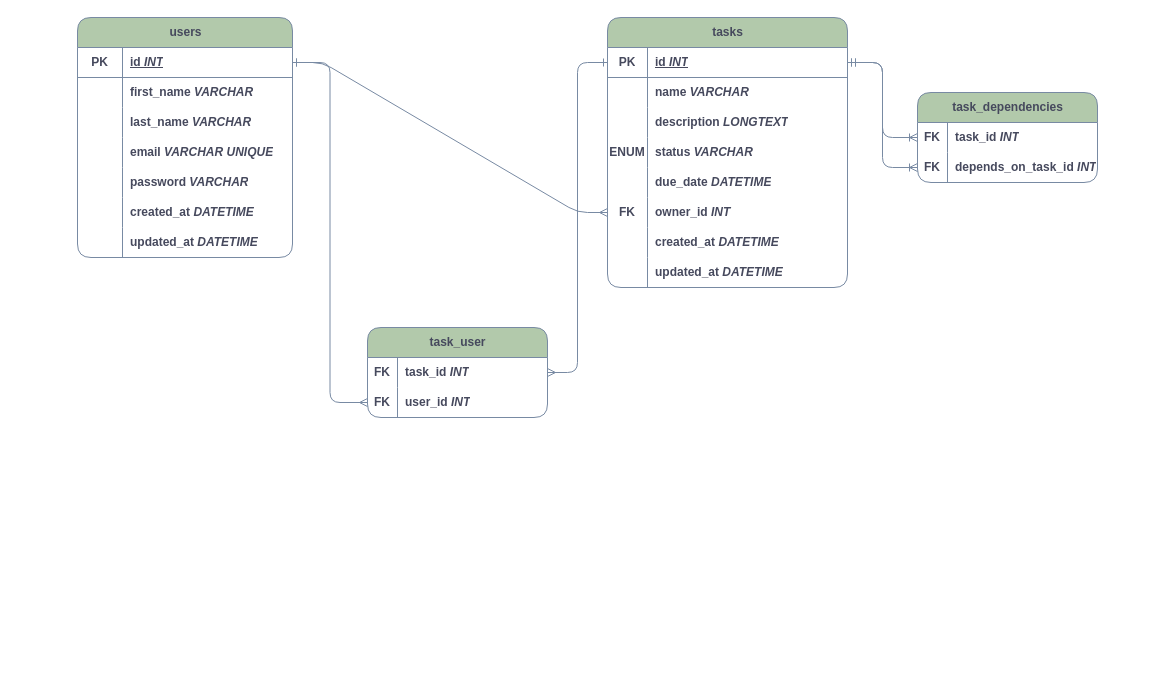
Above: ERD.drawio in YoussefIbraheem/softxpert-app (draw.io), before the change. Source tidied: cells renumbered, new cells numbered last; positions are measured from the earlier drawing's top-left corner, leaving out a move shared by most shapes. Both pictures are drawn from the tidied source at 100%, with x=0, y=0 at pixel (77, 17).
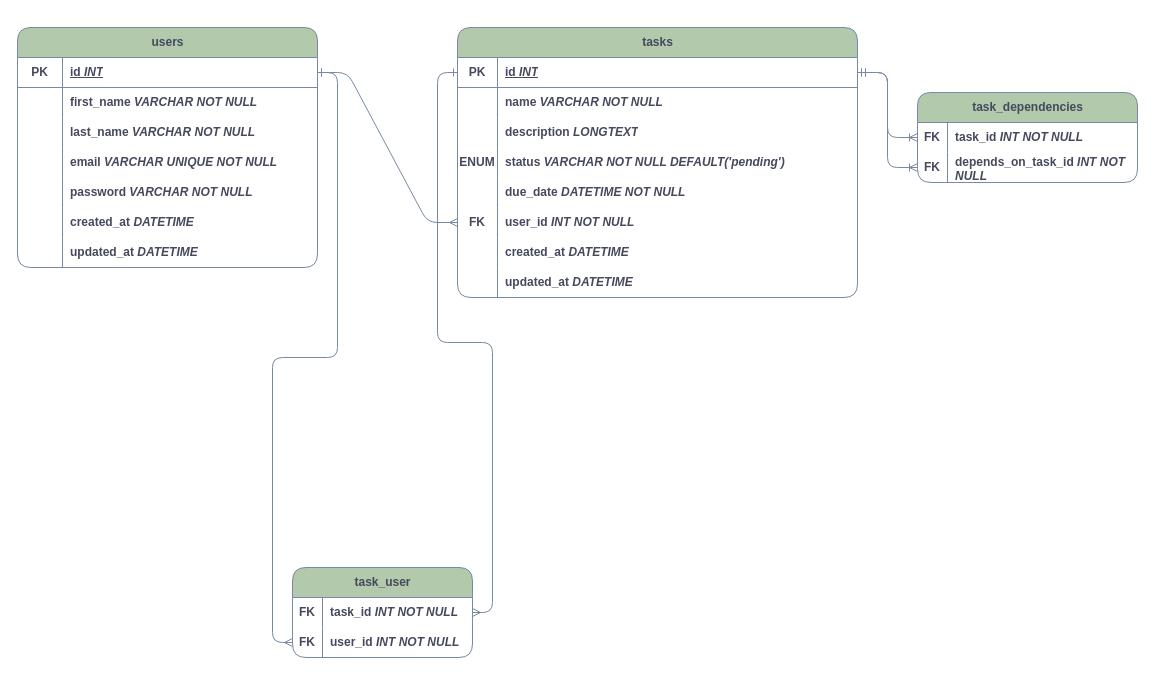
The same page after the edit.

The change refers to these unchanged cells:
```xml
<mxCell id="64" style="shape=tableRow;horizontal=0;startSize=0;swimlaneHead=0;swimlaneBody=0;fillColor=none;points=[[0,0.5],[1,0.5]];portConstraint=eastwest;top=0;left=0;right=0;bottom=0;labelBackgroundColor=none;strokeColor=#788AA3;fontColor=#46495D;rounded=1;" parent="63" vertex="1">
  <mxGeometry y="30" width="180" height="30" as="geometry" />
</mxCell>
<mxCell id="67" style="shape=tableRow;horizontal=0;startSize=0;swimlaneHead=0;swimlaneBody=0;fillColor=none;points=[[0,0.5],[1,0.5]];portConstraint=eastwest;top=0;left=0;right=0;bottom=0;labelBackgroundColor=none;strokeColor=#788AA3;fontColor=#46495D;rounded=1;" parent="63" vertex="1">
  <mxGeometry y="60" width="180" height="30" as="geometry" />
</mxCell>
```

Diff of the diagram source:
```diff
@@
     <mxCell id="2" value="users" style="shape=table;startSize=30;childLayout=tableLayout;rowLines=0;fontStyle=1;align=center;html=1;fillColor=#B2C9AB;fontColor=#46495D;strokeColor=#788AA3;labelBackgroundColor=none;rounded=1;" parent="1" vertex="1">
-      <mxGeometry width="215" height="240" as="geometry" />
+      <mxGeometry x="-60" y="10" width="300" height="240" as="geometry" />
     </mxCell>
     <mxCell id="3" style="shape=tableRow;horizontal=0;startSize=0;swimlaneHead=0;swimlaneBody=0;points=[[0,0.5],[1,0.5]];portConstraint=eastwest;top=0;left=0;right=0;bottom=1;fillColor=none;labelBackgroundColor=none;strokeColor=#788AA3;fontColor=#46495D;rounded=1;" parent="2" vertex="1">
-      <mxGeometry y="30" width="215" height="30" as="geometry" />
+      <mxGeometry y="30" width="300" height="30" as="geometry" />
     </mxCell>
@@
     <mxCell id="5" value="id &lt;i&gt;INT&lt;/i&gt;" style="shape=partialRectangle;top=0;left=0;bottom=0;right=0;align=left;spacingLeft=6;fontStyle=5;overflow=hidden;whiteSpace=wrap;html=1;fillColor=none;labelBackgroundColor=none;strokeColor=#788AA3;fontColor=#46495D;rounded=1;" parent="3" vertex="1">
-      <mxGeometry x="45" width="170" height="30" as="geometry" />
+      <mxGeometry x="45" width="255" height="30" as="geometry" />
     </mxCell>
     <mxCell id="6" style="shape=tableRow;horizontal=0;startSize=0;swimlaneHead=0;swimlaneBody=0;top=0;left=0;right=0;bottom=0;fillColor=none;labelBackgroundColor=none;strokeColor=#788AA3;fontColor=#46495D;rounded=1;" parent="2" vertex="1">
-      <mxGeometry y="60" width="215" height="30" as="geometry" />
+      <mxGeometry y="60" width="300" height="30" as="geometry" />
     </mxCell>
@@
-    <mxCell id="8" value="&lt;b&gt;first_name &lt;i&gt;VARCHAR&lt;/i&gt;&lt;/b&gt;" style="shape=partialRectangle;top=0;left=0;bottom=0;right=0;align=left;spacingLeft=6;overflow=hidden;whiteSpace=wrap;html=1;fillColor=none;labelBackgroundColor=none;strokeColor=#788AA3;fontColor=#46495D;rounded=1;" parent="6" vertex="1">
-      <mxGeometry x="45" width="170" height="30" as="geometry" />
+    <mxCell id="8" value="&lt;b&gt;first_name &lt;i&gt;VARCHAR&amp;nbsp;&lt;/i&gt;&lt;/b&gt;&lt;b&gt;&lt;i&gt;NOT NULL&lt;/i&gt;&lt;/b&gt;" style="shape=partialRectangle;top=0;left=0;bottom=0;right=0;align=left;spacingLeft=6;overflow=hidden;whiteSpace=wrap;html=1;fillColor=none;labelBackgroundColor=none;strokeColor=#788AA3;fontColor=#46495D;rounded=1;" parent="6" vertex="1">
+      <mxGeometry x="45" width="255" height="30" as="geometry" />
     </mxCell>
     <mxCell id="9" style="shape=tableRow;horizontal=0;startSize=0;swimlaneHead=0;swimlaneBody=0;top=0;left=0;right=0;bottom=0;fillColor=none;labelBackgroundColor=none;strokeColor=#788AA3;fontColor=#46495D;rounded=1;" parent="2" vertex="1">
-      <mxGeometry y="90" width="215" height="30" as="geometry" />
+      <mxGeometry y="90" width="300" height="30" as="geometry" />
     </mxCell>
@@
-    <mxCell id="11" value="&lt;b&gt;last_name &lt;i&gt;VARCHAR&lt;/i&gt;&lt;/b&gt;" style="shape=partialRectangle;top=0;left=0;bottom=0;right=0;align=left;spacingLeft=6;overflow=hidden;whiteSpace=wrap;html=1;fillColor=none;labelBackgroundColor=none;strokeColor=#788AA3;fontColor=#46495D;rounded=1;" parent="9" vertex="1">
-      <mxGeometry x="45" width="170" height="30" as="geometry" />
+    <mxCell id="11" value="&lt;b&gt;last_name &lt;i&gt;VARCHAR&amp;nbsp;&lt;/i&gt;&lt;/b&gt;&lt;b&gt;&lt;i&gt;NOT NULL&lt;/i&gt;&lt;/b&gt;" style="shape=partialRectangle;top=0;left=0;bottom=0;right=0;align=left;spacingLeft=6;overflow=hidden;whiteSpace=wrap;html=1;fillColor=none;labelBackgroundColor=none;strokeColor=#788AA3;fontColor=#46495D;rounded=1;" parent="9" vertex="1">
+      <mxGeometry x="45" width="255" height="30" as="geometry" />
     </mxCell>
     <mxCell id="12" style="shape=tableRow;horizontal=0;startSize=0;swimlaneHead=0;swimlaneBody=0;top=0;left=0;right=0;bottom=0;fillColor=none;labelBackgroundColor=none;strokeColor=#788AA3;fontColor=#46495D;rounded=1;" parent="2" vertex="1">
-      <mxGeometry y="120" width="215" height="30" as="geometry" />
+      <mxGeometry y="120" width="300" height="30" as="geometry" />
     </mxCell>
@@
-    <mxCell id="14" value="&lt;b&gt;email &lt;i&gt;VARCHAR UNIQUE&lt;/i&gt;&lt;/b&gt;" style="shape=partialRectangle;top=0;left=0;bottom=0;right=0;align=left;spacingLeft=6;overflow=hidden;whiteSpace=wrap;html=1;fillColor=none;labelBackgroundColor=none;strokeColor=#788AA3;fontColor=#46495D;rounded=1;" parent="12" vertex="1">
-      <mxGeometry x="45" width="170" height="30" as="geometry" />
+    <mxCell id="14" value="&lt;b&gt;email &lt;i&gt;VARCHAR UNIQUE&amp;nbsp;&lt;/i&gt;&lt;/b&gt;&lt;b&gt;&lt;i&gt;NOT NULL&lt;/i&gt;&lt;/b&gt;" style="shape=partialRectangle;top=0;left=0;bottom=0;right=0;align=left;spacingLeft=6;overflow=hidden;whiteSpace=wrap;html=1;fillColor=none;labelBackgroundColor=none;strokeColor=#788AA3;fontColor=#46495D;rounded=1;" parent="12" vertex="1">
+      <mxGeometry x="45" width="255" height="30" as="geometry" />
     </mxCell>
     <mxCell id="15" style="shape=tableRow;horizontal=0;startSize=0;swimlaneHead=0;swimlaneBody=0;top=0;left=0;right=0;bottom=0;fillColor=none;labelBackgroundColor=none;strokeColor=#788AA3;fontColor=#46495D;rounded=1;" parent="2" vertex="1">
-      <mxGeometry y="150" width="215" height="30" as="geometry" />
+      <mxGeometry y="150" width="300" height="30" as="geometry" />
     </mxCell>
@@
-    <mxCell id="17" value="&lt;b&gt;password &lt;i&gt;VARCHAR&lt;/i&gt;&lt;/b&gt;" style="shape=partialRectangle;top=0;left=0;bottom=0;right=0;align=left;spacingLeft=6;overflow=hidden;whiteSpace=wrap;html=1;fillColor=none;labelBackgroundColor=none;strokeColor=#788AA3;fontColor=#46495D;rounded=1;" parent="15" vertex="1">
-      <mxGeometry x="45" width="170" height="30" as="geometry" />
+    <mxCell id="17" value="&lt;b&gt;password &lt;i&gt;VARCHAR&amp;nbsp;&lt;/i&gt;&lt;/b&gt;&lt;b&gt;&lt;i&gt;NOT NULL&lt;/i&gt;&lt;/b&gt;" style="shape=partialRectangle;top=0;left=0;bottom=0;right=0;align=left;spacingLeft=6;overflow=hidden;whiteSpace=wrap;html=1;fillColor=none;labelBackgroundColor=none;strokeColor=#788AA3;fontColor=#46495D;rounded=1;" parent="15" vertex="1">
+      <mxGeometry x="45" width="255" height="30" as="geometry" />
     </mxCell>
     <mxCell id="18" style="shape=tableRow;horizontal=0;startSize=0;swimlaneHead=0;swimlaneBody=0;top=0;left=0;right=0;bottom=0;fillColor=none;labelBackgroundColor=none;strokeColor=#788AA3;fontColor=#46495D;rounded=1;" parent="2" vertex="1">
-      <mxGeometry y="180" width="215" height="30" as="geometry" />
+      <mxGeometry y="180" width="300" height="30" as="geometry" />
     </mxCell>
@@
     <mxCell id="20" value="&lt;b&gt;created_at &lt;i&gt;DATETIME&lt;/i&gt;&lt;/b&gt;" style="shape=partialRectangle;top=0;left=0;bottom=0;right=0;align=left;spacingLeft=6;overflow=hidden;whiteSpace=wrap;html=1;fillColor=none;labelBackgroundColor=none;strokeColor=#788AA3;fontColor=#46495D;rounded=1;" parent="18" vertex="1">
-      <mxGeometry x="45" width="170" height="30" as="geometry" />
+      <mxGeometry x="45" width="255" height="30" as="geometry" />
     </mxCell>
     <mxCell id="21" style="shape=tableRow;horizontal=0;startSize=0;swimlaneHead=0;swimlaneBody=0;top=0;left=0;right=0;bottom=0;fillColor=none;labelBackgroundColor=none;strokeColor=#788AA3;fontColor=#46495D;rounded=1;" parent="2" vertex="1">
-      <mxGeometry y="210" width="215" height="30" as="geometry" />
+      <mxGeometry y="210" width="300" height="30" as="geometry" />
     </mxCell>
@@
     <mxCell id="23" value="&lt;b&gt;updated_at &lt;i&gt;DATETIME&lt;/i&gt;&lt;/b&gt;" style="shape=partialRectangle;top=0;left=0;bottom=0;right=0;align=left;spacingLeft=6;overflow=hidden;whiteSpace=wrap;html=1;fillColor=none;labelBackgroundColor=none;strokeColor=#788AA3;fontColor=#46495D;rounded=1;" parent="21" vertex="1">
-      <mxGeometry x="45" width="170" height="30" as="geometry" />
+      <mxGeometry x="45" width="255" height="30" as="geometry" />
     </mxCell>
     <mxCell id="24" value="tasks" style="shape=table;startSize=30;childLayout=tableLayout;rowLines=0;fontStyle=1;align=center;html=1;fillColor=#B2C9AB;fontColor=#46495D;strokeColor=#788AA3;swimlaneLine=1;rounded=1;labelBackgroundColor=none;" parent="1" vertex="1">
-      <mxGeometry x="530" width="240" height="270" as="geometry" />
+      <mxGeometry x="380" y="10" width="400" height="270" as="geometry" />
     </mxCell>
     <mxCell id="25" style="shape=tableRow;horizontal=0;startSize=0;swimlaneHead=0;swimlaneBody=0;fillColor=none;points=[[0,0.5],[1,0.5]];portConstraint=eastwest;top=0;left=0;right=0;bottom=1;labelBackgroundColor=none;strokeColor=#788AA3;fontColor=#46495D;rounded=1;" parent="24" vertex="1">
-      <mxGeometry y="30" width="240" height="30" as="geometry" />
+      <mxGeometry y="30" width="400" height="30" as="geometry" />
     </mxCell>
@@
     <mxCell id="27" value="id &lt;i&gt;INT&lt;/i&gt;" style="shape=partialRectangle;fillColor=none;top=0;left=0;bottom=0;right=0;align=left;spacingLeft=6;fontStyle=5;overflow=hidden;whiteSpace=wrap;html=1;labelBackgroundColor=none;strokeColor=#788AA3;fontColor=#46495D;rounded=1;" parent="25" vertex="1">
-      <mxGeometry x="40" width="200" height="30" as="geometry" />
+      <mxGeometry x="40" width="360" height="30" as="geometry" />
     </mxCell>
     <mxCell id="28" style="shape=tableRow;horizontal=0;startSize=0;swimlaneHead=0;swimlaneBody=0;fillColor=none;top=0;left=0;right=0;bottom=0;labelBackgroundColor=none;strokeColor=#788AA3;fontColor=#46495D;rounded=1;" parent="24" vertex="1">
-      <mxGeometry y="60" width="240" height="30" as="geometry" />
+      <mxGeometry y="60" width="400" height="30" as="geometry" />
     </mxCell>
@@
-    <mxCell id="30" value="&lt;b&gt;name &lt;i&gt;VARCHAR&lt;/i&gt;&lt;/b&gt;" style="shape=partialRectangle;fillColor=none;top=0;left=0;bottom=0;right=0;align=left;spacingLeft=6;overflow=hidden;whiteSpace=wrap;html=1;labelBackgroundColor=none;strokeColor=#788AA3;fontColor=#46495D;rounded=1;" parent="28" vertex="1">
-      <mxGeometry x="40" width="200" height="30" as="geometry" />
+    <mxCell id="30" value="&lt;b&gt;name &lt;i&gt;VARCHAR NOT NULL&lt;/i&gt;&lt;/b&gt;" style="shape=partialRectangle;fillColor=none;top=0;left=0;bottom=0;right=0;align=left;spacingLeft=6;overflow=hidden;whiteSpace=wrap;html=1;labelBackgroundColor=none;strokeColor=#788AA3;fontColor=#46495D;rounded=1;" parent="28" vertex="1">
+      <mxGeometry x="40" width="360" height="30" as="geometry" />
     </mxCell>
     <mxCell id="31" style="shape=tableRow;horizontal=0;startSize=0;swimlaneHead=0;swimlaneBody=0;fillColor=none;top=0;left=0;right=0;bottom=0;labelBackgroundColor=none;strokeColor=#788AA3;fontColor=#46495D;rounded=1;" parent="24" vertex="1">
-      <mxGeometry y="90" width="240" height="30" as="geometry" />
+      <mxGeometry y="90" width="400" height="30" as="geometry" />
     </mxCell>
@@
     <mxCell id="33" value="&lt;span&gt;description &lt;i&gt;LONGTEXT&lt;/i&gt;&lt;/span&gt;" style="shape=partialRectangle;fillColor=none;top=0;left=0;bottom=0;right=0;align=left;spacingLeft=6;overflow=hidden;whiteSpace=wrap;html=1;fontStyle=1;labelBackgroundColor=none;strokeColor=#788AA3;fontColor=#46495D;rounded=1;" parent="31" vertex="1">
-      <mxGeometry x="40" width="200" height="30" as="geometry" />
+      <mxGeometry x="40" width="360" height="30" as="geometry" />
     </mxCell>
     <mxCell id="34" style="shape=tableRow;horizontal=0;startSize=0;swimlaneHead=0;swimlaneBody=0;fillColor=none;top=0;left=0;right=0;bottom=0;labelBackgroundColor=none;strokeColor=#788AA3;fontColor=#46495D;rounded=1;" parent="24" vertex="1">
-      <mxGeometry y="120" width="240" height="30" as="geometry" />
+      <mxGeometry y="120" width="400" height="30" as="geometry" />
     </mxCell>
@@
-    <mxCell id="36" value="status &lt;i&gt;VARCHAR&lt;/i&gt;" style="shape=partialRectangle;fillColor=none;top=0;left=0;bottom=0;right=0;align=left;spacingLeft=6;overflow=hidden;whiteSpace=wrap;html=1;fontStyle=1;labelBackgroundColor=none;strokeColor=#788AA3;fontColor=#46495D;rounded=1;" parent="34" vertex="1">
-      <mxGeometry x="40" width="200" height="30" as="geometry" />
+    <mxCell id="36" value="status &lt;i&gt;VARCHAR&amp;nbsp;&lt;/i&gt;&lt;b&gt;&lt;i&gt;NOT NULL DEFAULT('pending')&lt;/i&gt;&lt;/b&gt;" style="shape=partialRectangle;fillColor=none;top=0;left=0;bottom=0;right=0;align=left;spacingLeft=6;overflow=hidden;whiteSpace=wrap;html=1;fontStyle=1;labelBackgroundColor=none;strokeColor=#788AA3;fontColor=#46495D;rounded=1;" parent="34" vertex="1">
+      <mxGeometry x="40" width="360" height="30" as="geometry" />
     </mxCell>
     <mxCell id="37" style="shape=tableRow;horizontal=0;startSize=0;swimlaneHead=0;swimlaneBody=0;fillColor=none;top=0;left=0;right=0;bottom=0;labelBackgroundColor=none;strokeColor=#788AA3;fontColor=#46495D;rounded=1;" parent="24" vertex="1">
-      <mxGeometry y="150" width="240" height="30" as="geometry" />
+      <mxGeometry y="150" width="400" height="30" as="geometry" />
     </mxCell>
@@
-    <mxCell id="39" value="due_date &lt;i&gt;DATETIME&lt;/i&gt;" style="shape=partialRectangle;fillColor=none;top=0;left=0;bottom=0;right=0;align=left;spacingLeft=6;overflow=hidden;whiteSpace=wrap;html=1;fontStyle=1;labelBackgroundColor=none;strokeColor=#788AA3;fontColor=#46495D;rounded=1;" parent="37" vertex="1">
-      <mxGeometry x="40" width="200" height="30" as="geometry" />
+    <mxCell id="39" value="due_date &lt;i&gt;DATETIME&amp;nbsp;&lt;/i&gt;&lt;b&gt;&lt;i&gt;NOT NULL&lt;/i&gt;&lt;/b&gt;" style="shape=partialRectangle;fillColor=none;top=0;left=0;bottom=0;right=0;align=left;spacingLeft=6;overflow=hidden;whiteSpace=wrap;html=1;fontStyle=1;labelBackgroundColor=none;strokeColor=#788AA3;fontColor=#46495D;rounded=1;" parent="37" vertex="1">
+      <mxGeometry x="40" width="360" height="30" as="geometry" />
     </mxCell>
     <mxCell id="40" style="shape=tableRow;horizontal=0;startSize=0;swimlaneHead=0;swimlaneBody=0;fillColor=none;points=[[0,0.5],[1,0.5]];portConstraint=eastwest;top=0;left=0;right=0;bottom=0;labelBackgroundColor=none;strokeColor=#788AA3;fontColor=#46495D;rounded=1;" parent="24" vertex="1">
-      <mxGeometry y="180" width="240" height="30" as="geometry" />
+      <mxGeometry y="180" width="400" height="30" as="geometry" />
     </mxCell>
@@
-    <mxCell id="42" value="owner_id &lt;i style=&quot;&quot;&gt;INT&lt;/i&gt;&amp;nbsp;" style="shape=partialRectangle;fillColor=none;top=0;left=0;bottom=0;right=0;align=left;spacingLeft=6;overflow=hidden;whiteSpace=wrap;html=1;fontStyle=1;labelBackgroundColor=none;strokeColor=#788AA3;fontColor=#46495D;rounded=1;" parent="40" vertex="1">
-      <mxGeometry x="40" width="200" height="30" as="geometry" />
+    <mxCell id="42" value="user_id &lt;i style=&quot;&quot;&gt;INT&lt;/i&gt;&amp;nbsp;&lt;b&gt;&lt;i&gt;NOT NULL&lt;/i&gt;&lt;/b&gt;" style="shape=partialRectangle;fillColor=none;top=0;left=0;bottom=0;right=0;align=left;spacingLeft=6;overflow=hidden;whiteSpace=wrap;html=1;fontStyle=1;labelBackgroundColor=none;strokeColor=#788AA3;fontColor=#46495D;rounded=1;" parent="40" vertex="1">
+      <mxGeometry x="40" width="360" height="30" as="geometry" />
     </mxCell>
     <mxCell id="43" style="shape=tableRow;horizontal=0;startSize=0;swimlaneHead=0;swimlaneBody=0;fillColor=none;top=0;left=0;right=0;bottom=0;labelBackgroundColor=none;strokeColor=#788AA3;fontColor=#46495D;rounded=1;" parent="24" vertex="1">
-      <mxGeometry y="210" width="240" height="30" as="geometry" />
+      <mxGeometry y="210" width="400" height="30" as="geometry" />
     </mxCell>
@@
     <mxCell id="45" value="&lt;b&gt;created_at&amp;nbsp;&lt;i&gt;DATETIME&lt;/i&gt;&lt;/b&gt;" style="shape=partialRectangle;fillColor=none;top=0;left=0;bottom=0;right=0;align=left;spacingLeft=6;overflow=hidden;whiteSpace=wrap;html=1;fontStyle=1;labelBackgroundColor=none;strokeColor=#788AA3;fontColor=#46495D;rounded=1;" parent="43" vertex="1">
-      <mxGeometry x="40" width="200" height="30" as="geometry" />
+      <mxGeometry x="40" width="360" height="30" as="geometry" />
     </mxCell>
     <mxCell id="46" style="shape=tableRow;horizontal=0;startSize=0;swimlaneHead=0;swimlaneBody=0;fillColor=none;top=0;left=0;right=0;bottom=0;labelBackgroundColor=none;strokeColor=#788AA3;fontColor=#46495D;rounded=1;" parent="24" vertex="1">
-      <mxGeometry y="240" width="240" height="30" as="geometry" />
+      <mxGeometry y="240" width="400" height="30" as="geometry" />
     </mxCell>
@@
     <mxCell id="48" value="&lt;b&gt;updated_at&amp;nbsp;&lt;i&gt;DATETIME&lt;/i&gt;&lt;/b&gt;" style="shape=partialRectangle;fillColor=none;top=0;left=0;bottom=0;right=0;align=left;spacingLeft=6;overflow=hidden;whiteSpace=wrap;html=1;fontStyle=1;labelBackgroundColor=none;strokeColor=#788AA3;fontColor=#46495D;rounded=1;" parent="46" vertex="1">
-      <mxGeometry x="40" width="200" height="30" as="geometry" />
+      <mxGeometry x="40" width="360" height="30" as="geometry" />
     </mxCell>
@@
     <mxCell id="54" value="task_dependencies" style="shape=table;startSize=30;childLayout=tableLayout;rowLines=0;fontStyle=1;align=center;html=1;labelBackgroundColor=none;fillColor=#B2C9AB;strokeColor=#788AA3;fontColor=#46495D;rounded=1;" parent="1" vertex="1">
-      <mxGeometry x="840" y="75" width="180" height="90" as="geometry" />
+      <mxGeometry x="840" y="75" width="220" height="90" as="geometry" />
     </mxCell>
     <mxCell id="55" style="shape=tableRow;horizontal=0;startSize=0;swimlaneHead=0;swimlaneBody=0;fillColor=none;points=[[0,0.5],[1,0.5]];portConstraint=eastwest;top=0;left=0;right=0;bottom=0;labelBackgroundColor=none;strokeColor=#788AA3;fontColor=#46495D;rounded=1;" parent="54" vertex="1">
-      <mxGeometry y="30" width="180" height="30" as="geometry" />
+      <mxGeometry y="30" width="220" height="30" as="geometry" />
     </mxCell>
@@
-    <mxCell id="57" value="&lt;b&gt;task_id &lt;i&gt;INT&lt;/i&gt;&lt;/b&gt;" style="shape=partialRectangle;fillColor=none;top=0;left=0;bottom=0;right=0;align=left;spacingLeft=6;overflow=hidden;whiteSpace=wrap;html=1;labelBackgroundColor=none;strokeColor=#788AA3;fontColor=#46495D;rounded=1;" parent="55" vertex="1">
-      <mxGeometry x="30" width="150" height="30" as="geometry" />
+    <mxCell id="57" value="&lt;b&gt;task_id &lt;i&gt;INT&amp;nbsp;&lt;/i&gt;&lt;/b&gt;&lt;b&gt;&lt;i&gt;NOT NULL&lt;/i&gt;&lt;/b&gt;" style="shape=partialRectangle;fillColor=none;top=0;left=0;bottom=0;right=0;align=left;spacingLeft=6;overflow=hidden;whiteSpace=wrap;html=1;labelBackgroundColor=none;strokeColor=#788AA3;fontColor=#46495D;rounded=1;" parent="55" vertex="1">
+      <mxGeometry x="30" width="190" height="30" as="geometry" />
     </mxCell>
     <mxCell id="58" style="shape=tableRow;horizontal=0;startSize=0;swimlaneHead=0;swimlaneBody=0;fillColor=none;points=[[0,0.5],[1,0.5]];portConstraint=eastwest;top=0;left=0;right=0;bottom=0;labelBackgroundColor=none;strokeColor=#788AA3;fontColor=#46495D;rounded=1;" parent="54" vertex="1">
-      <mxGeometry y="60" width="180" height="30" as="geometry" />
+      <mxGeometry y="60" width="220" height="30" as="geometry" />
     </mxCell>
@@
-    <mxCell id="60" value="&lt;b&gt;depends_on_task_id &lt;i&gt;INT&lt;/i&gt;&lt;/b&gt;" style="shape=partialRectangle;fillColor=none;top=0;left=0;bottom=0;right=0;align=left;spacingLeft=6;overflow=hidden;whiteSpace=wrap;html=1;labelBackgroundColor=none;strokeColor=#788AA3;fontColor=#46495D;rounded=1;" parent="58" vertex="1">
-      <mxGeometry x="30" width="150" height="30" as="geometry" />
+    <mxCell id="60" value="&lt;b&gt;depends_on_task_id &lt;i&gt;INT&amp;nbsp;&lt;/i&gt;&lt;/b&gt;&lt;b&gt;&lt;i&gt;NOT NULL&lt;/i&gt;&lt;/b&gt;" style="shape=partialRectangle;fillColor=none;top=0;left=0;bottom=0;right=0;align=left;spacingLeft=6;overflow=hidden;whiteSpace=wrap;html=1;labelBackgroundColor=none;strokeColor=#788AA3;fontColor=#46495D;rounded=1;" parent="58" vertex="1">
+      <mxGeometry x="30" width="190" height="30" as="geometry" />
     </mxCell>
@@
     <mxCell id="63" value="task_user" style="shape=table;startSize=30;childLayout=tableLayout;rowLines=0;fontStyle=1;align=center;html=1;labelBackgroundColor=none;fillColor=#B2C9AB;strokeColor=#788AA3;fontColor=#46495D;rounded=1;" parent="1" vertex="1">
-      <mxGeometry x="290" y="310" width="180" height="90" as="geometry" />
+      <mxGeometry x="215" y="550" width="180" height="90" as="geometry" />
     </mxCell>
@@
-    <mxCell id="66" value="&lt;b&gt;task_id &lt;i&gt;INT&lt;/i&gt;&lt;/b&gt;" style="shape=partialRectangle;fillColor=none;top=0;left=0;bottom=0;right=0;align=left;spacingLeft=6;overflow=hidden;whiteSpace=wrap;html=1;labelBackgroundColor=none;strokeColor=#788AA3;fontColor=#46495D;rounded=1;" parent="64" vertex="1">
+    <mxCell id="66" value="&lt;b&gt;task_id &lt;i&gt;INT&amp;nbsp;&lt;/i&gt;&lt;/b&gt;&lt;b&gt;&lt;i&gt;NOT NULL&lt;/i&gt;&lt;/b&gt;" style="shape=partialRectangle;fillColor=none;top=0;left=0;bottom=0;right=0;align=left;spacingLeft=6;overflow=hidden;whiteSpace=wrap;html=1;labelBackgroundColor=none;strokeColor=#788AA3;fontColor=#46495D;rounded=1;" parent="64" vertex="1">
       <mxGeometry x="30" width="150" height="30" as="geometry" />
     </mxCell>
@@
-    <mxCell id="69" value="&lt;b&gt;user_id &lt;i&gt;INT&lt;/i&gt;&lt;/b&gt;" style="shape=partialRectangle;fillColor=none;top=0;left=0;bottom=0;right=0;align=left;spacingLeft=6;overflow=hidden;whiteSpace=wrap;html=1;labelBackgroundColor=none;strokeColor=#788AA3;fontColor=#46495D;rounded=1;" parent="67" vertex="1">
+    <mxCell id="69" value="&lt;b&gt;user_id &lt;i&gt;INT&amp;nbsp;&lt;/i&gt;&lt;/b&gt;&lt;b&gt;&lt;i&gt;NOT NULL&lt;/i&gt;&lt;/b&gt;" style="shape=partialRectangle;fillColor=none;top=0;left=0;bottom=0;right=0;align=left;spacingLeft=6;overflow=hidden;whiteSpace=wrap;html=1;labelBackgroundColor=none;strokeColor=#788AA3;fontColor=#46495D;rounded=1;" parent="67" vertex="1">
       <mxGeometry x="30" width="150" height="30" as="geometry" />
     </mxCell>
```
